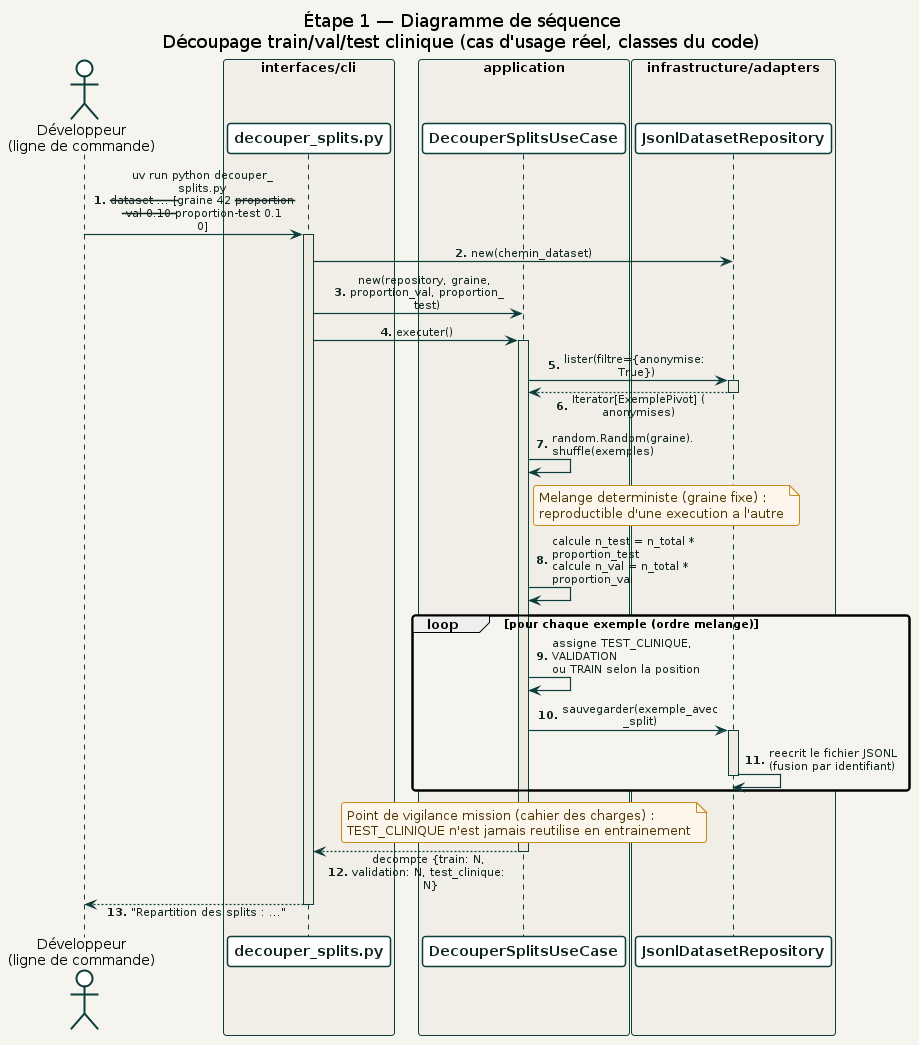
The PlantUML diagram docs/diagrams/02_etape1_donnees/sequence/decouper_splits.png in racemartin/m14_ocr, before a commit. Its source is kept beside it as docs/diagrams/02_etape1_donnees/sequence/decouper_splits.puml.
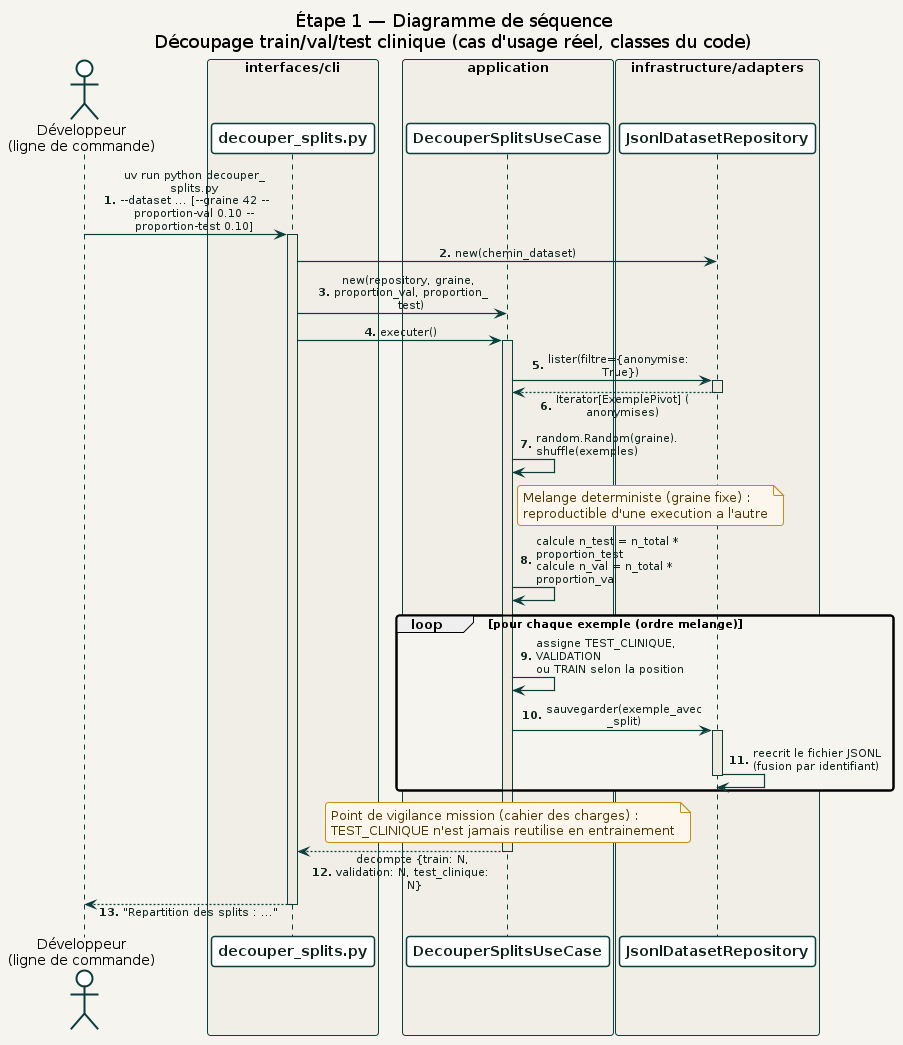
After the commit.

The edit, as a diff of the source:
```diff
@@ -19,7 +19,7 @@
 
 autonumber "<b>0."
 
-Dev -> CLI : uv run python decouper_splits.py\n--dataset ... [--graine 42 --proportion-val 0.10 --proportion-test 0.10]
+Dev -> CLI : uv run python decouper_splits.py\n~-~-dataset ... [~-~-graine 42 ~-~-proportion-val 0.10 ~-~-proportion-test 0.10]
 activate CLI
 
 CLI -> Repo : new(chemin_dataset)
```
